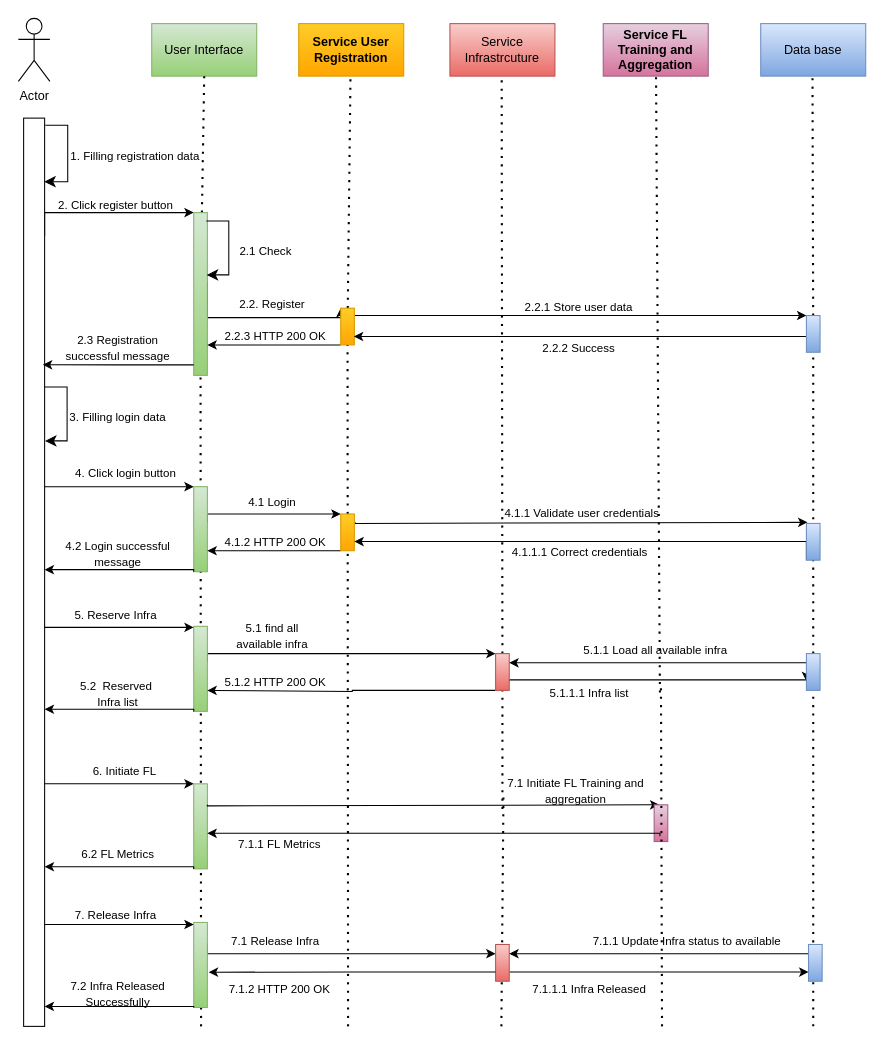
Before: Thesis/Process View.drawio in anandanlk/Drawings, a draw.io diagram. Source tidied: cells renumbered, new cells numbered last; positions are measured from the earlier drawing's top-left corner, leaving out a move shared by most shapes. Both pictures are drawn from the tidied source at 105%, with x=0, y=0 at pixel (18, 18).
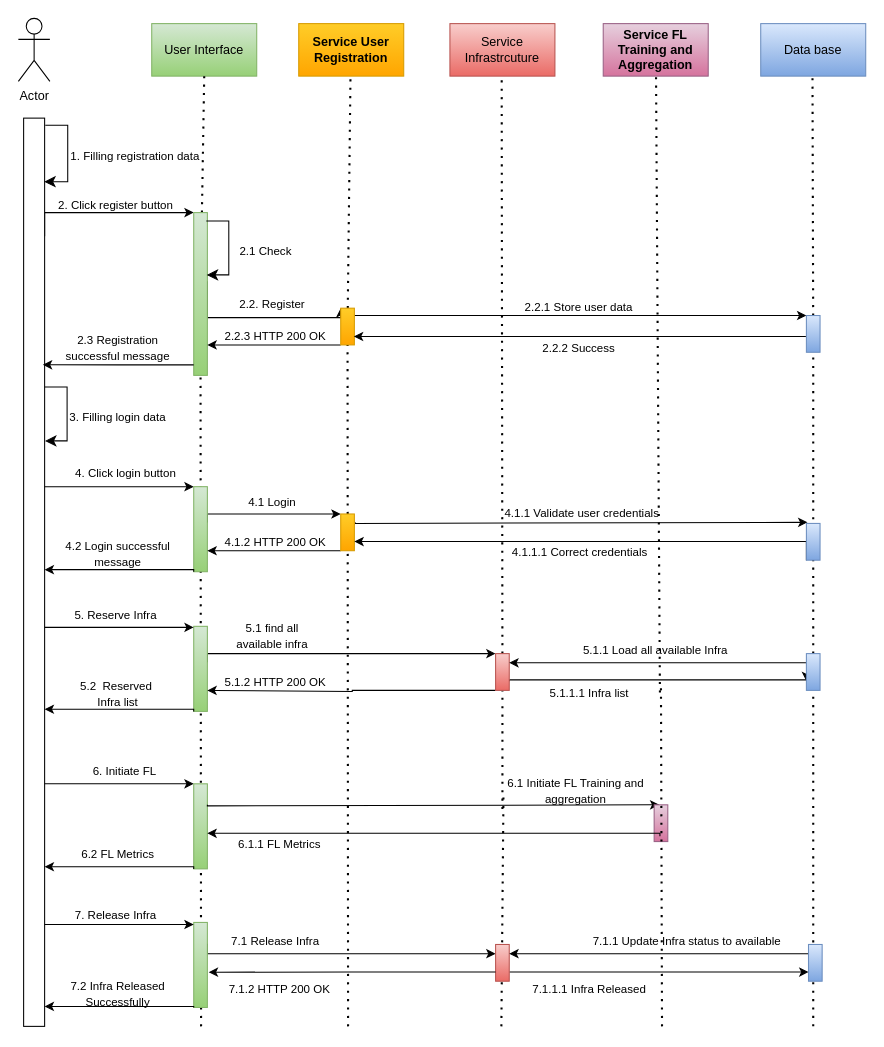
The same diagram, later.

The edit, as a diff of the source:
```diff
@@
-    <mxCell id="57" value="&lt;font style=&quot;font-size: 11px;&quot;&gt;5.1.1 Load all available infra&lt;/font&gt;" style="text;html=1;align=center;verticalAlign=middle;whiteSpace=wrap;rounded=0;" parent="1" vertex="1">
+    <mxCell id="57" value="&lt;font style=&quot;font-size: 11px;&quot;&gt;5.1.1 Load all available Infra&lt;/font&gt;" style="text;html=1;align=center;verticalAlign=middle;whiteSpace=wrap;rounded=0;" parent="1" vertex="1">
       <mxGeometry x="532" y="587" width="150" height="30" as="geometry" />
     </mxCell>
@@
-    <mxCell id="73" value="&lt;font style=&quot;font-size: 11px;&quot;&gt;7.1 Initiate FL Training and aggregation&lt;/font&gt;" style="text;html=1;align=center;verticalAlign=middle;whiteSpace=wrap;rounded=0;" parent="1" vertex="1">
+    <mxCell id="73" value="&lt;font style=&quot;font-size: 11px;&quot;&gt;6.1 Initiate FL Training and aggregation&lt;/font&gt;" style="text;html=1;align=center;verticalAlign=middle;whiteSpace=wrap;rounded=0;" parent="1" vertex="1">
       <mxGeometry x="455.5" y="721" width="150" height="30" as="geometry" />
     </mxCell>
@@
-    <mxCell id="76" value="&lt;font style=&quot;font-size: 11px;&quot;&gt;7.1.1 FL Metrics&lt;/font&gt;" style="text;html=1;align=center;verticalAlign=middle;whiteSpace=wrap;rounded=0;" parent="1" vertex="1">
+    <mxCell id="76" value="&lt;font style=&quot;font-size: 11px;&quot;&gt;6.1.1 FL Metrics&lt;/font&gt;" style="text;html=1;align=center;verticalAlign=middle;whiteSpace=wrap;rounded=0;" parent="1" vertex="1">
       <mxGeometry x="173.5" y="772" width="150" height="30" as="geometry" />
     </mxCell>
```
